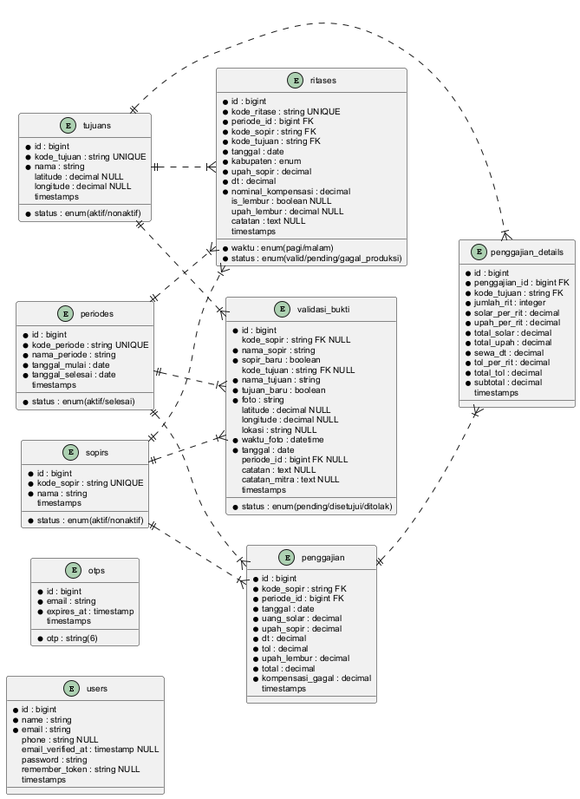
The PlantUML diagram docs/erd.png in riandafatur28/sidigas-gaji-sopir-truck, before a commit.
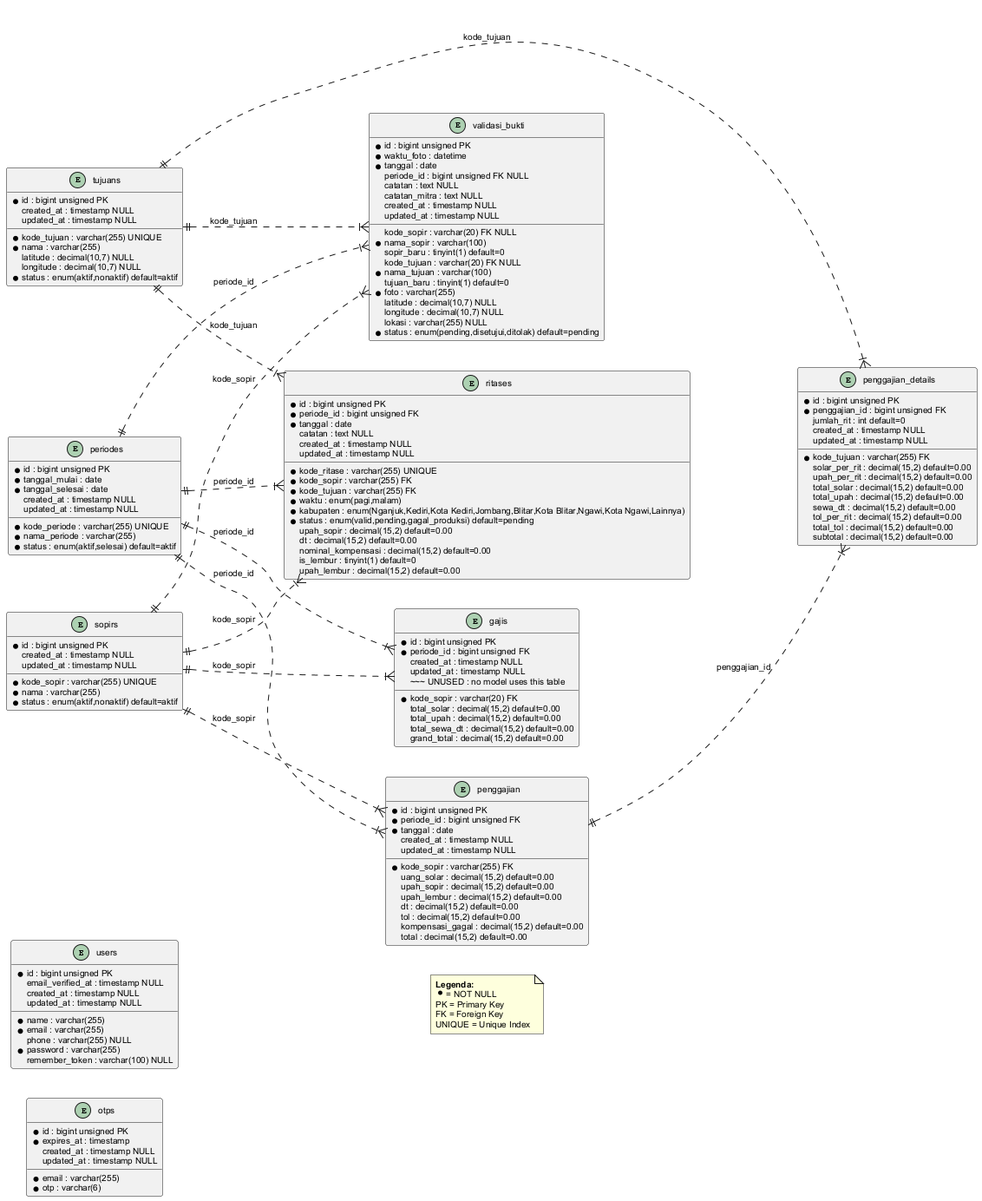
Above is the later version.

Commit message:
fix: erd sesuai skema DB aktual (9 tabel, FK exact, gajis marked unused)

The edit, as a diff of the source:
```diff
@@ -6,136 +6,169 @@
 left to right direction
 
 entity users {
-  *id : bigint
-  *name : string
-  *email : string
-  phone : string NULL
+  *id : bigint unsigned PK
+  *name : varchar(255)
+  *email : varchar(255)
+  phone : varchar(255) NULL
   email_verified_at : timestamp NULL
-  password : string
-  remember_token : string NULL
-  timestamps
+  *password : varchar(255)
+  remember_token : varchar(100) NULL
+  created_at : timestamp NULL
+  updated_at : timestamp NULL
 }
 
 entity otps {
-  *id : bigint
-  *email : string
-  *otp : string(6)
+  *id : bigint unsigned PK
+  *email : varchar(255)
+  *otp : varchar(6)
   *expires_at : timestamp
-  timestamps
+  created_at : timestamp NULL
+  updated_at : timestamp NULL
 }
 
 entity sopirs {
-  *id : bigint
-  *kode_sopir : string UNIQUE
-  *nama : string
-  *status : enum(aktif/nonaktif)
-  timestamps
+  *id : bigint unsigned PK
+  *kode_sopir : varchar(255) UNIQUE
+  *nama : varchar(255)
+  *status : enum(aktif,nonaktif) default=aktif
+  created_at : timestamp NULL
+  updated_at : timestamp NULL
 }
 
 entity tujuans {
-  *id : bigint
-  *kode_tujuan : string UNIQUE
-  *nama : string
-  *status : enum(aktif/nonaktif)
-  latitude : decimal NULL
-  longitude : decimal NULL
-  timestamps
+  *id : bigint unsigned PK
+  *kode_tujuan : varchar(255) UNIQUE
+  *nama : varchar(255)
+  latitude : decimal(10,7) NULL
+  longitude : decimal(10,7) NULL
+  *status : enum(aktif,nonaktif) default=aktif
+  created_at : timestamp NULL
+  updated_at : timestamp NULL
 }
 
 entity periodes {
-  *id : bigint
-  *kode_periode : string UNIQUE
-  *nama_periode : string
+  *id : bigint unsigned PK
+  *kode_periode : varchar(255) UNIQUE
+  *nama_periode : varchar(255)
   *tanggal_mulai : date
   *tanggal_selesai : date
-  *status : enum(aktif/selesai)
-  timestamps
+  *status : enum(aktif,selesai) default=aktif
+  created_at : timestamp NULL
+  updated_at : timestamp NULL
 }
 
 entity ritases {
-  *id : bigint
-  *kode_ritase : string UNIQUE
-  *periode_id : bigint FK
-  *kode_sopir : string FK
-  *kode_tujuan : string FK
+  *id : bigint unsigned PK
+  *kode_ritase : varchar(255) UNIQUE
+  *periode_id : bigint unsigned FK
+  *kode_sopir : varchar(255) FK
+  *kode_tujuan : varchar(255) FK
   *tanggal : date
-  *waktu : enum(pagi/malam)
-  *kabupaten : enum
-  *status : enum(valid/pending/gagal_produksi)
-  *upah_sopir : decimal
-  *dt : decimal
-  *nominal_kompensasi : decimal
-  is_lembur : boolean NULL
-  upah_lembur : decimal NULL
+  *waktu : enum(pagi,malam)
+  *kabupaten : enum(Nganjuk,Kediri,Kota Kediri,Jombang,Blitar,Kota Blitar,Ngawi,Kota Ngawi,Lainnya)
+  *status : enum(valid,pending,gagal_produksi) default=pending
+  upah_sopir : decimal(15,2) default=0.00
+  dt : decimal(15,2) default=0.00
+  nominal_kompensasi : decimal(15,2) default=0.00
+  is_lembur : tinyint(1) default=0
+  upah_lembur : decimal(15,2) default=0.00
   catatan : text NULL
-  timestamps
+  created_at : timestamp NULL
+  updated_at : timestamp NULL
+}
+
+entity gajis {
+  *id : bigint unsigned PK
+  *kode_sopir : varchar(20) FK
+  *periode_id : bigint unsigned FK
+  total_solar : decimal(15,2) default=0.00
+  total_upah : decimal(15,2) default=0.00
+  total_sewa_dt : decimal(15,2) default=0.00
+  grand_total : decimal(15,2) default=0.00
+  created_at : timestamp NULL
+  updated_at : timestamp NULL
+  ~~~ UNUSED : no model uses this table
 }
 
 entity penggajian {
-  *id : bigint
-  *kode_sopir : string FK
-  *periode_id : bigint FK
+  *id : bigint unsigned PK
+  *kode_sopir : varchar(255) FK
+  *periode_id : bigint unsigned FK
   *tanggal : date
-  *uang_solar : decimal
-  *upah_sopir : decimal
-  *dt : decimal
-  *tol : decimal
-  *upah_lembur : decimal
-  *total : decimal
-  *kompensasi_gagal : decimal
-  timestamps
+  uang_solar : decimal(15,2) default=0.00
+  upah_sopir : decimal(15,2) default=0.00
+  upah_lembur : decimal(15,2) default=0.00
+  dt : decimal(15,2) default=0.00
+  tol : decimal(15,2) default=0.00
+  kompensasi_gagal : decimal(15,2) default=0.00
+  total : decimal(15,2) default=0.00
+  created_at : timestamp NULL
+  updated_at : timestamp NULL
 }
 
 entity penggajian_details {
-  *id : bigint
-  *penggajian_id : bigint FK
-  *kode_tujuan : string FK
-  *jumlah_rit : integer
-  *solar_per_rit : decimal
-  *upah_per_rit : decimal
-  *total_solar : decimal
-  *total_upah : decimal
-  *sewa_dt : decimal
-  *tol_per_rit : decimal
-  *total_tol : decimal
-  *subtotal : decimal
-  timestamps
+  *id : bigint unsigned PK
+  *penggajian_id : bigint unsigned FK
+  *kode_tujuan : varchar(255) FK
+  jumlah_rit : int default=0
+  solar_per_rit : decimal(15,2) default=0.00
+  upah_per_rit : decimal(15,2) default=0.00
+  total_solar : decimal(15,2) default=0.00
+  total_upah : decimal(15,2) default=0.00
+  sewa_dt : decimal(15,2) default=0.00
+  tol_per_rit : decimal(15,2) default=0.00
+  total_tol : decimal(15,2) default=0.00
+  subtotal : decimal(15,2) default=0.00
+  created_at : timestamp NULL
+  updated_at : timestamp NULL
 }
 
 entity validasi_bukti {
-  *id : bigint
-  kode_sopir : string FK NULL
-  *nama_sopir : string
-  *sopir_baru : boolean
-  kode_tujuan : string FK NULL
-  *nama_tujuan : string
-  *tujuan_baru : boolean
-  *foto : string
-  latitude : decimal NULL
-  longitude : decimal NULL
-  lokasi : string NULL
+  *id : bigint unsigned PK
+  kode_sopir : varchar(20) FK NULL
+  *nama_sopir : varchar(100)
+  sopir_baru : tinyint(1) default=0
+  kode_tujuan : varchar(20) FK NULL
+  *nama_tujuan : varchar(100)
+  tujuan_baru : tinyint(1) default=0
+  *foto : varchar(255)
+  latitude : decimal(10,7) NULL
+  longitude : decimal(10,7) NULL
+  lokasi : varchar(255) NULL
   *waktu_foto : datetime
   *tanggal : date
-  periode_id : bigint FK NULL
+  periode_id : bigint unsigned FK NULL
   catatan : text NULL
-  *status : enum(pending/disetujui/ditolak)
+  *status : enum(pending,disetujui,ditolak) default=pending
   catatan_mitra : text NULL
-  timestamps
+  created_at : timestamp NULL
+  updated_at : timestamp NULL
 }
 
 
-periodes ||..|{ ritases
-sopirs ||..|{ ritases
-tujuans ||..|{ ritases
+periodes ||..|{ ritases : "periode_id"
+sopirs ||..|{ ritases : "kode_sopir"
+tujuans ||..|{ ritases : "kode_tujuan"
 
-sopirs ||..|{ penggajian
-periodes ||..|{ penggajian
+sopirs ||..|{ gajis : "kode_sopir"
+periodes ||..|{ gajis : "periode_id"
 
-penggajian ||..|{ penggajian_details
-tujuans ||..|{ penggajian_details
+sopirs ||..|{ penggajian : "kode_sopir"
+periodes ||..|{ penggajian : "periode_id"
 
-sopirs ||..|{ validasi_bukti
-tujuans ||..|{ validasi_bukti
-periodes ||..|{ validasi_bukti
+penggajian ||..|{ penggajian_details : "penggajian_id"
+tujuans ||..|{ penggajian_details : "kode_tujuan"
+
+sopirs ||..|{ validasi_bukti : "kode_sopir"
+tujuans ||..|{ validasi_bukti : "kode_tujuan"
+periodes ||..|{ validasi_bukti : "periode_id"
+
+note as N
+  **Legenda:**
+  * = NOT NULL
+  PK = Primary Key
+  FK = Foreign Key
+  UNIQUE = Unique Index
+end note
 
 @enduml
```
